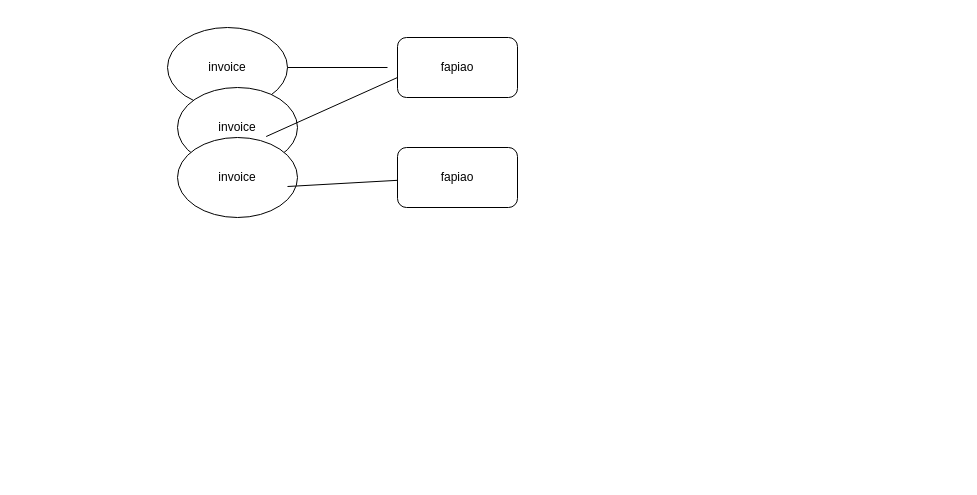
yi2003/diagram keeps this draw.io diagram as payment_ext.drawio. Above is the earlier version. Source tidied: cells renumbered, new cells numbered last; positions are measured from the earlier drawing's top-left corner, leaving out a move shared by most shapes. Both pictures are drawn from the tidied source at 100%, with x=0, y=0 at pixel (167, 27).
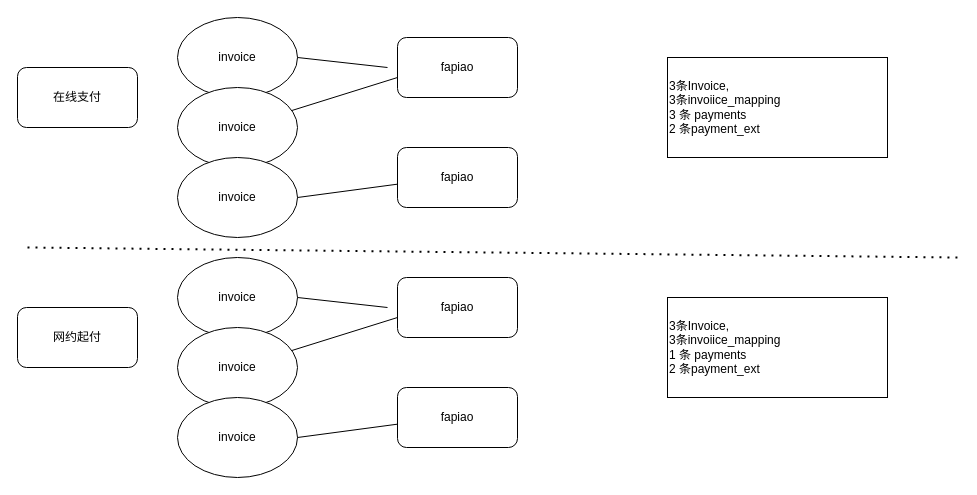
The same page after the edit.

Unchanged cells that the change refers to:
```xml
<mxCell id="3" value="invoice" style="ellipse;whiteSpace=wrap;html=1;" parent="1" vertex="1">
  <mxGeometry x="10" y="60" width="120" height="80" as="geometry" />
</mxCell>
```

Change to the diagram source:
```diff
@@
     <mxCell id="2" value="invoice" style="ellipse;whiteSpace=wrap;html=1;" parent="1" vertex="1">
-      <mxGeometry width="120" height="80" as="geometry" />
+      <mxGeometry x="10" y="-10" width="120" height="80" as="geometry" />
     </mxCell>
@@
     <mxCell id="4" value="invoice" style="ellipse;whiteSpace=wrap;html=1;" parent="1" vertex="1">
-      <mxGeometry x="10" y="110" width="120" height="80" as="geometry" />
+      <mxGeometry x="10" y="130" width="120" height="80" as="geometry" />
     </mxCell>
@@
-    <mxCell id="6" style="endArrow=none;html=1;rounded=0;exitX=0.739;exitY=-0.012;exitDx=0;exitDy=0;exitPerimeter=0;" parent="1" edge="1" source="4">
+    <mxCell id="6" style="endArrow=none;html=1;rounded=0;" parent="1" edge="1" source="3">
       <mxGeometry relative="1" as="geometry">
         <mxPoint x="230" y="50" as="targetPoint" />
       </mxGeometry>
     </mxCell>
-    <mxCell id="7" style="endArrow=none;html=1;rounded=0;exitX=0.739;exitY=-0.012;exitDx=0;exitDy=0;exitPerimeter=0;" parent="1" edge="1">
+    <mxCell id="7" style="endArrow=none;html=1;rounded=0;exitX=1;exitY=0.5;exitDx=0;exitDy=0;" parent="1" edge="1" source="4">
       <mxGeometry relative="1" as="geometry">
-        <mxPoint x="120" y="159" as="sourcePoint" />
         <mxPoint x="280" y="150" as="targetPoint" />
       </mxGeometry>
     </mxCell>
@@
+    <mxCell id="10" value="3条Invoice,&lt;br&gt;3条invoiice_mapping&lt;br&gt;3 条 payments&lt;br&gt;&lt;div style=&quot;&quot;&gt;&lt;span style=&quot;background-color: initial;&quot;&gt;2 条payment_ext&lt;/span&gt;&lt;/div&gt;" style="rounded=0;whiteSpace=wrap;html=1;align=left;" parent="1" vertex="1">
+      <mxGeometry x="500" y="30" width="220" height="100" as="geometry" />
+    </mxCell>
+    <mxCell id="11" value="invoice" style="ellipse;whiteSpace=wrap;html=1;" parent="1" vertex="1">
+      <mxGeometry x="10" y="230" width="120" height="80" as="geometry" />
+    </mxCell>
+    <mxCell id="12" value="invoice" style="ellipse;whiteSpace=wrap;html=1;" parent="1" vertex="1">
+      <mxGeometry x="10" y="300" width="120" height="80" as="geometry" />
+    </mxCell>
+    <mxCell id="13" value="invoice" style="ellipse;whiteSpace=wrap;html=1;" parent="1" vertex="1">
+      <mxGeometry x="10" y="370" width="120" height="80" as="geometry" />
+    </mxCell>
+    <mxCell id="14" style="endArrow=none;html=1;rounded=0;exitX=1;exitY=0.5;exitDx=0;exitDy=0;" parent="1" edge="1" source="11">
+      <mxGeometry relative="1" as="geometry">
+        <mxPoint x="220" y="280" as="targetPoint" />
+      </mxGeometry>
+    </mxCell>
+    <mxCell id="15" style="endArrow=none;html=1;rounded=0;" parent="1" edge="1" source="12">
+      <mxGeometry relative="1" as="geometry">
+        <mxPoint x="230" y="290" as="targetPoint" />
+      </mxGeometry>
+    </mxCell>
+    <mxCell id="16" style="endArrow=none;html=1;rounded=0;exitX=1;exitY=0.5;exitDx=0;exitDy=0;" parent="1" edge="1" source="13">
+      <mxGeometry relative="1" as="geometry">
+        <mxPoint x="280" y="390" as="targetPoint" />
+      </mxGeometry>
+    </mxCell>
+    <mxCell id="17" value="fapiao" style="rounded=1;whiteSpace=wrap;html=1;" parent="1" vertex="1">
+      <mxGeometry x="230" y="250" width="120" height="60" as="geometry" />
+    </mxCell>
+    <mxCell id="18" value="fapiao" style="rounded=1;whiteSpace=wrap;html=1;" parent="1" vertex="1">
+      <mxGeometry x="230" y="360" width="120" height="60" as="geometry" />
+    </mxCell>
+    <mxCell id="19" value="3条Invoice,&lt;br&gt;3条invoiice_mapping&lt;br&gt;1 条 payments&lt;br&gt;&lt;div style=&quot;&quot;&gt;&lt;span style=&quot;background-color: initial;&quot;&gt;2 条payment_ext&lt;/span&gt;&lt;/div&gt;" style="rounded=0;whiteSpace=wrap;html=1;align=left;" parent="1" vertex="1">
+      <mxGeometry x="500" y="270" width="220" height="100" as="geometry" />
+    </mxCell>
+    <mxCell id="20" style="endArrow=none;dashed=1;html=1;dashPattern=1 3;strokeWidth=2;rounded=0;" parent="1" edge="1">
+      <mxGeometry relative="1" as="geometry">
+        <mxPoint x="-140" y="220" as="sourcePoint" />
+        <mxPoint x="790" y="230" as="targetPoint" />
+      </mxGeometry>
+    </mxCell>
+    <mxCell id="21" value="在线支付" style="rounded=1;whiteSpace=wrap;html=1;" parent="1" vertex="1">
+      <mxGeometry x="-150" y="40" width="120" height="60" as="geometry" />
+    </mxCell>
+    <mxCell id="22" value="网约起付" style="rounded=1;whiteSpace=wrap;html=1;" parent="1" vertex="1">
+      <mxGeometry x="-150" y="280" width="120" height="60" as="geometry" />
+    </mxCell>
```
